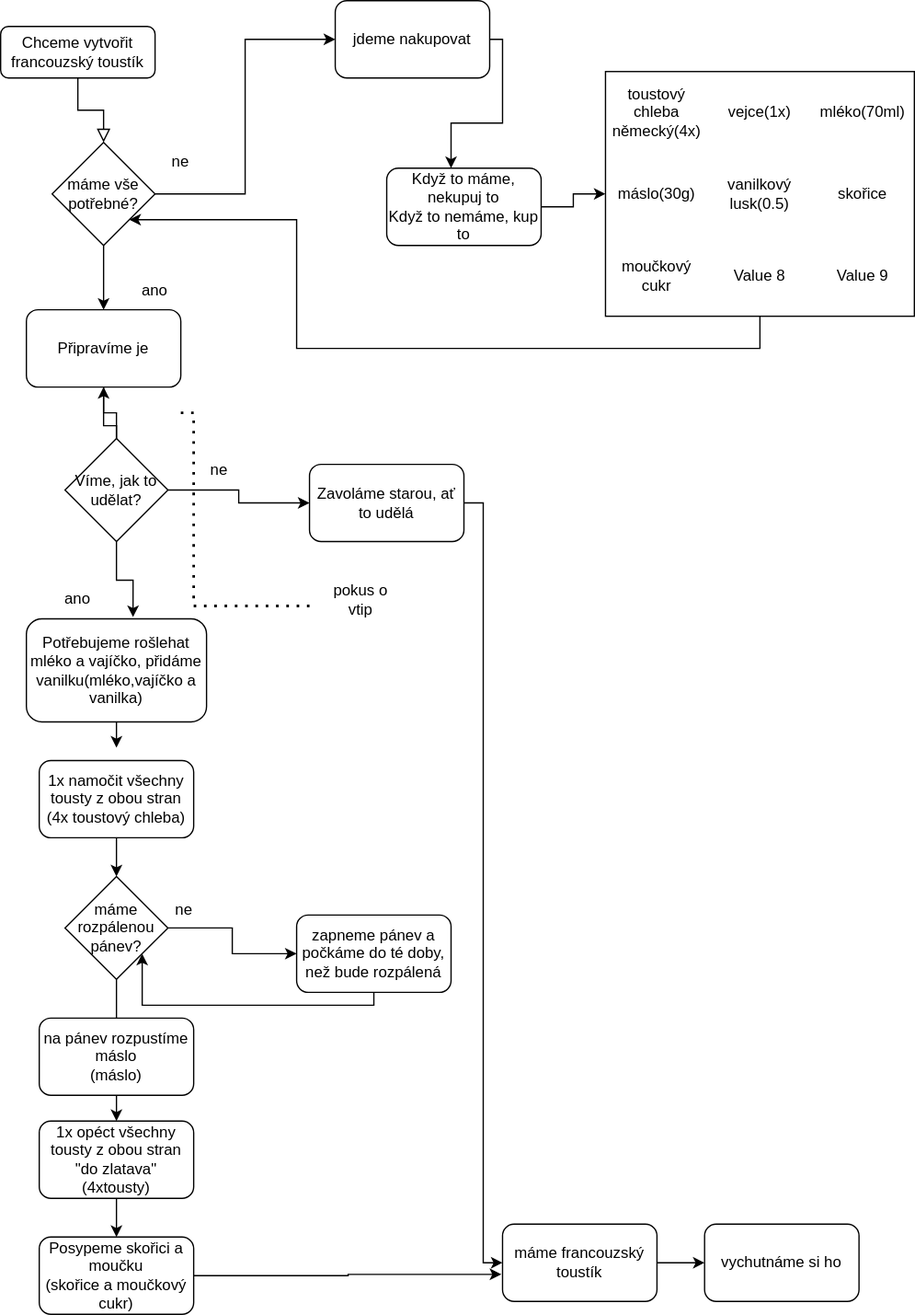
kostlanovec/pslib keeps this draw.io diagram as Untitled Diagram.drawio.svg. Above is the earlier version. Source tidied: cells renumbered, new cells last; positions are measured from the earlier drawing's top-left corner, leaving out a move shared by most shapes.
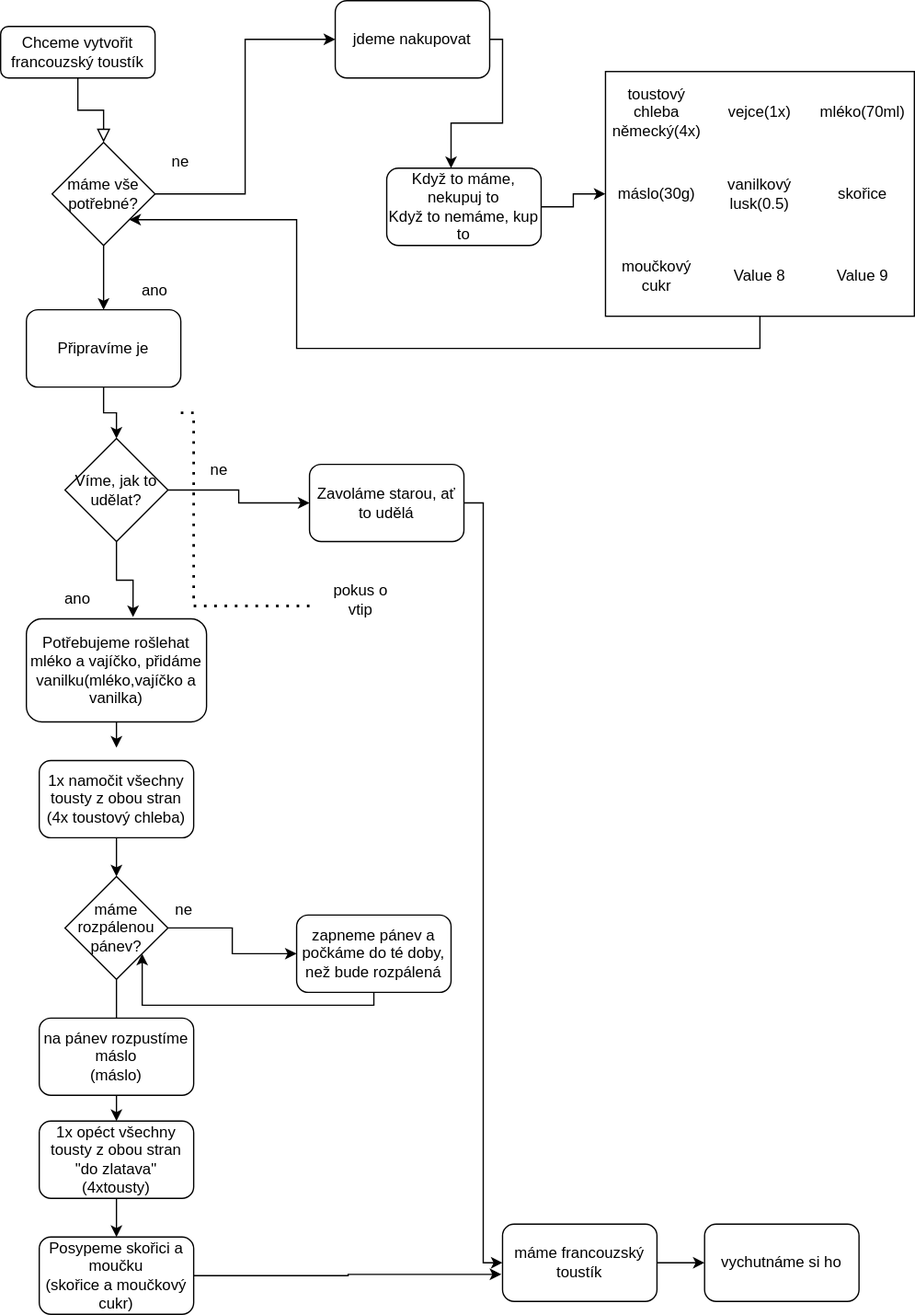
After the change.

What changed in the source:
```diff
@@ -25,11 +25,6 @@
         <mxPoint x="350" y="130" as="targetPoint" />
       </mxGeometry>
     </mxCell>
-    <mxCell id="9" style="endArrow=classic;html=1;rounded=0;edgeStyle=orthogonalEdgeStyle;exitX=0.5;exitY=1;exitDx=0;exitDy=0;entryX=0.5;entryY=0;entryDx=0;entryDy=0;" parent="1" edge="1" source="4">
-      <mxGeometry relative="1" as="geometry">
-        <mxPoint x="90" y="360" as="targetPoint" />
-      </mxGeometry>
-    </mxCell>
     <mxCell id="10" value="Zavoláme starou, ať to udělá" style="rounded=1;whiteSpace=wrap;html=1;" parent="1" vertex="1">
       <mxGeometry x="240" y="360" width="120" height="60" as="geometry" />
     </mxCell>
@@ -60,9 +55,6 @@
     <mxCell id="17" value="máme vše potřebné?" style="rhombus;whiteSpace=wrap;html=1;" parent="1" vertex="1">
       <mxGeometry x="40" y="110" width="80" height="80" as="geometry" />
     </mxCell>
-    <mxCell id="18" style="edgeStyle=orthogonalEdgeStyle;rounded=0;jettySize=auto;html=1;" parent="1" edge="1" source="20" target="4">
-      <mxGeometry relative="1" as="geometry" />
-    </mxCell>
     <mxCell id="19" style="edgeStyle=orthogonalEdgeStyle;rounded=0;jettySize=auto;html=1;entryX=0.592;entryY=-0.017;entryDx=0;entryDy=0;entryPerimeter=0;" parent="1" edge="1" source="20" target="15">
       <mxGeometry relative="1" as="geometry" />
     </mxCell>
@@ -204,5 +196,8 @@
     <mxCell id="58" style="endArrow=classic;html=1;rounded=0;edgeStyle=orthogonalEdgeStyle;exitX=1;exitY=0.5;exitDx=0;exitDy=0;entryX=0;entryY=0.5;entryDx=0;entryDy=0;" parent="1" edge="1" source="13" target="57">
       <mxGeometry relative="1" as="geometry" />
     </mxCell>
+    <mxCell id="59" style="endArrow=classic;html=1;rounded=0;edgeStyle=orthogonalEdgeStyle;exitX=0.5;exitY=1;exitDx=0;exitDy=0;entryX=0.5;entryY=0;entryDx=0;entryDy=0;" parent="1" edge="1" source="4" target="20">
+      <mxGeometry relative="1" as="geometry" />
+    </mxCell>
   </root>
 </mxGraphModel>
```
